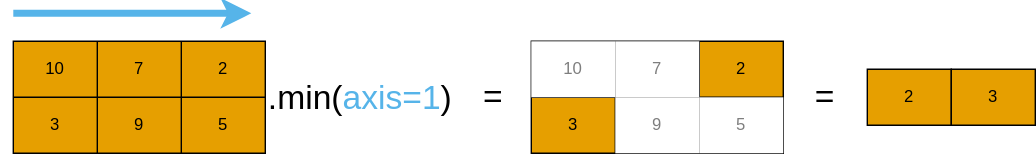
Earlier version of the draw.io export content/img/np_min_2d_ax1.svg (qianglise/pykurs). Source tidied: cells renumbered, new cells last; positions are measured from the earlier drawing's top-left corner, leaving out a move shared by most shapes.
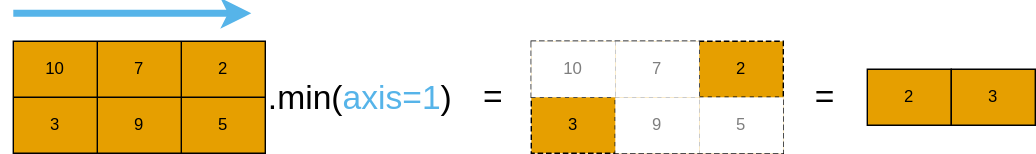
The same diagram one commit later.

Diff of the diagram source:
```diff
@@ -53,7 +53,7 @@
     <mxCell id="17" value="=" style="shape=partialRectangle;html=1;whiteSpace=wrap;overflow=hidden;fillColor=none;top=0;left=0;bottom=0;right=0;rounded=0;shadow=0;sketch=0;fontSize=24;fontColor=#000000;strokeColor=#000000;" parent="16" vertex="1">
       <mxGeometry width="60" height="40" as="geometry" />
     </mxCell>
-    <mxCell id="18" style="shape=table;startSize=0;shadow=0;sketch=0;fontColor=#000000;strokeColor=default;fillColor=#E69F00;gradientColor=none;" parent="1" vertex="1">
+    <mxCell id="18" style="shape=table;startSize=0;shadow=0;sketch=0;fontColor=#000000;strokeColor=default;fillColor=#E69F00;gradientColor=none;dashed=1;" parent="1" vertex="1">
       <mxGeometry x="370" y="20" width="180" height="80" as="geometry" />
     </mxCell>
     <mxCell id="19" style="shape=tableRow;horizontal=0;startSize=0;swimlaneHead=0;swimlaneBody=0;top=0;left=0;bottom=0;right=0;fillColor=none;shadow=0;dashed=1;sketch=0;fontColor=#000000;strokeColor=default;" parent="18" vertex="1">
```
